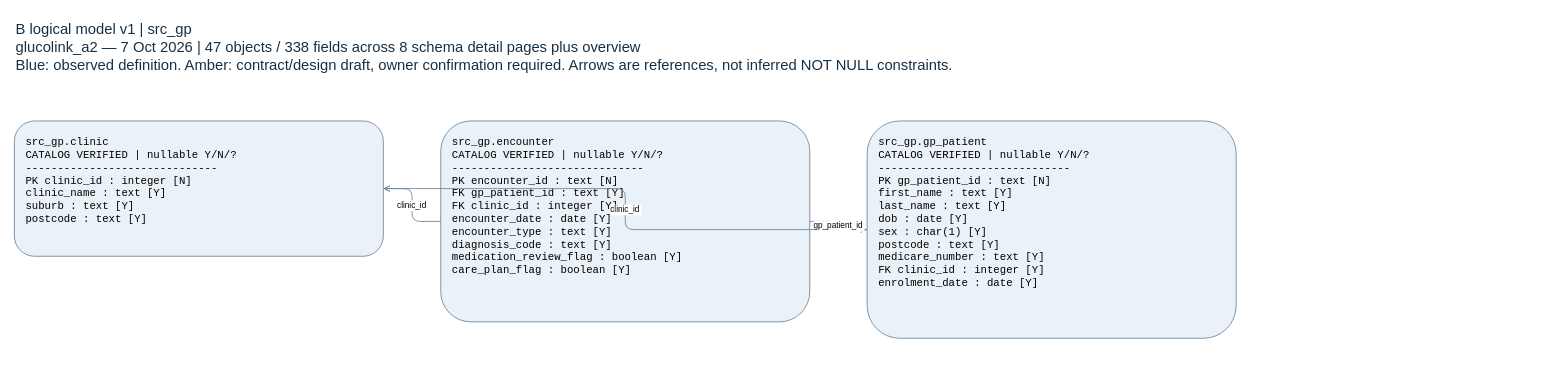
Above: page "src_gp" (2 of 9) of docs/logical_model_v1.drawio in LyphardRover/glucolink-a2 (draw.io), before the change. Source tidied: cells renumbered, new cells numbered last; positions are measured from the earlier drawing's top-left corner, leaving out a move shared by most shapes. Both pictures are drawn from the tidied source at 82%, with x=0, y=0 at pixel (14, 14).
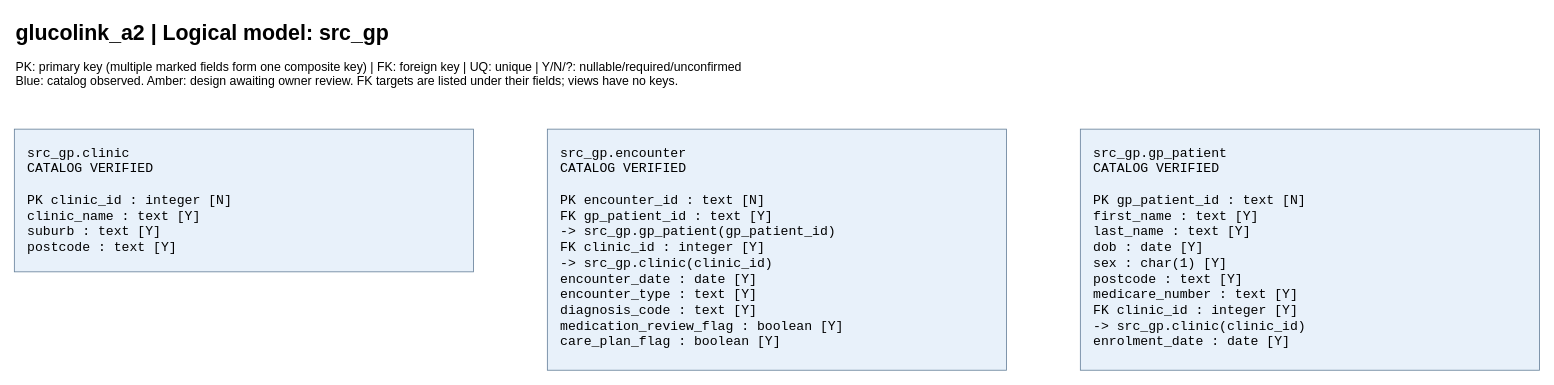
The same page after the edit.

Commit message (it also covers changes not shown here):
docs(B): make detailed fields and FK targets readable

The edit, as a diff of the source:
```diff
@@
 <mxGraphModel>
   <root>
     <mxCell id="0" />
     <mxCell id="1" parent="0" />
-    <mxCell id="2" value="B logical model v1 | src_gp&#10;glucolink_a2 — 7 Oct 2026 | 47 objects / 338 fields across 8 schema detail pages plus overview&#10;Blue: observed definition. Amber: contract/design draft, owner confirmation required. Arrows are references, not inferred NOT NULL constraints." style="text;html=0;align=left;verticalAlign=top;fontSize=18;fontColor=#183044;" parent="1" vertex="1">
-      <mxGeometry width="1580" height="120" as="geometry" />
+    <mxCell id="2" value="glucolink_a2 | Logical model: src_gp" style="text;html=0;fontFamily=Helvetica;fontSize=26;fontStyle=1;align=left;verticalAlign=top;" parent="1" vertex="1">
+      <mxGeometry width="1840" height="40" as="geometry" />
     </mxCell>
+    <mxCell id="9" value="PK: primary key (multiple marked fields form one composite key) | FK: foreign key | UQ: unique | Y/N/?: nullable/required/unconfirmed&#10;Blue: catalog observed. Amber: design awaiting owner review. FK targets are listed under their fields; views have no keys." style="text;html=0;fontFamily=Helvetica;fontSize=15;align=left;verticalAlign=top;" parent="1" vertex="1">
+      <mxGeometry y="48" width="1840" height="65" as="geometry" />
+    </mxCell>
-    <mxCell id="3" value="src_gp.clinic&#10;CATALOG VERIFIED | nullable Y/N/?&#10;------------------------------&#10;PK clinic_id : integer [N]&#10;   clinic_name : text [Y]&#10;   suburb : text [Y]&#10;   postcode : text [Y]" style="rounded=1;whiteSpace=wrap;html=0;align=left;verticalAlign=top;spacing=14;fontFamily=Courier New;fontSize=13;fillColor=#eaf2f8;strokeColor=#66809a;" parent="1" vertex="1">
-      <mxGeometry y="130" width="450" height="165" as="geometry" />
+    <mxCell id="3" value="src_gp.clinic&#10;CATALOG VERIFIED&#10;&#10;PK clinic_id : integer [N]&#10;   clinic_name : text [Y]&#10;   suburb : text [Y]&#10;   postcode : text [Y]" style="rounded=0;whiteSpace=wrap;html=0;align=left;verticalAlign=top;spacing=16;fontFamily=Courier New;fontSize=16;fillColor=#e8f1fa;strokeColor=#66809a;" parent="1" vertex="1">
+      <mxGeometry y="140" width="560" height="174" as="geometry" />
     </mxCell>
-    <mxCell id="4" value="src_gp.encounter&#10;CATALOG VERIFIED | nullable Y/N/?&#10;------------------------------&#10;PK encounter_id : text [N]&#10;FK gp_patient_id : text [Y]&#10;FK clinic_id : integer [Y]&#10;   encounter_date : date [Y]&#10;   encounter_type : text [Y]&#10;   diagnosis_code : text [Y]&#10;   medication_review_flag : boolean [Y]&#10;   care_plan_flag : boolean [Y]" style="rounded=1;whiteSpace=wrap;html=0;align=left;verticalAlign=top;spacing=14;fontFamily=Courier New;fontSize=13;fillColor=#eaf2f8;strokeColor=#66809a;" parent="1" vertex="1">
-      <mxGeometry x="520" y="130" width="450" height="245" as="geometry" />
+    <mxCell id="4" value="src_gp.encounter&#10;CATALOG VERIFIED&#10;&#10;PK encounter_id : text [N]&#10;FK gp_patient_id : text [Y]&#10;   -&gt; src_gp.gp_patient(gp_patient_id)&#10;FK clinic_id : integer [Y]&#10;   -&gt; src_gp.clinic(clinic_id)&#10;   encounter_date : date [Y]&#10;   encounter_type : text [Y]&#10;   diagnosis_code : text [Y]&#10;   medication_review_flag : boolean [Y]&#10;   care_plan_flag : boolean [Y]" style="rounded=0;whiteSpace=wrap;html=0;align=left;verticalAlign=top;spacing=16;fontFamily=Courier New;fontSize=16;fillColor=#e8f1fa;strokeColor=#66809a;" parent="1" vertex="1">
+      <mxGeometry x="650" y="140" width="560" height="294" as="geometry" />
     </mxCell>
-    <mxCell id="5" value="src_gp.gp_patient&#10;CATALOG VERIFIED | nullable Y/N/?&#10;------------------------------&#10;PK gp_patient_id : text [N]&#10;   first_name : text [Y]&#10;   last_name : text [Y]&#10;   dob : date [Y]&#10;   sex : char(1) [Y]&#10;   postcode : text [Y]&#10;   medicare_number : text [Y]&#10;FK clinic_id : integer [Y]&#10;   enrolment_date : date [Y]" style="rounded=1;whiteSpace=wrap;html=0;align=left;verticalAlign=top;spacing=14;fontFamily=Courier New;fontSize=13;fillColor=#eaf2f8;strokeColor=#66809a;" parent="1" vertex="1">
-      <mxGeometry x="1040" y="130" width="450" height="265" as="geometry" />
+    <mxCell id="5" value="src_gp.gp_patient&#10;CATALOG VERIFIED&#10;&#10;PK gp_patient_id : text [N]&#10;   first_name : text [Y]&#10;   last_name : text [Y]&#10;   dob : date [Y]&#10;   sex : char(1) [Y]&#10;   postcode : text [Y]&#10;   medicare_number : text [Y]&#10;FK clinic_id : integer [Y]&#10;   -&gt; src_gp.clinic(clinic_id)&#10;   enrolment_date : date [Y]" style="rounded=0;whiteSpace=wrap;html=0;align=left;verticalAlign=top;spacing=16;fontFamily=Courier New;fontSize=16;fillColor=#e8f1fa;strokeColor=#66809a;" parent="1" vertex="1">
+      <mxGeometry x="1300" y="140" width="560" height="294" as="geometry" />
     </mxCell>
-    <mxCell id="6" value="clinic_id" style="edgeStyle=orthogonalEdgeStyle;endArrow=open;strokeColor=#66809a;fontSize=10;labelBackgroundColor=#ffffff;" parent="1" edge="1" source="5" target="3">
-      <mxGeometry relative="1" as="geometry" />
-    </mxCell>
-    <mxCell id="7" value="gp_patient_id" style="edgeStyle=orthogonalEdgeStyle;endArrow=open;strokeColor=#66809a;fontSize=10;labelBackgroundColor=#ffffff;" parent="1" edge="1" source="4" target="5">
-      <mxGeometry relative="1" as="geometry" />
-    </mxCell>
-    <mxCell id="8" value="clinic_id" style="edgeStyle=orthogonalEdgeStyle;endArrow=open;strokeColor=#66809a;fontSize=10;labelBackgroundColor=#ffffff;" parent="1" edge="1" source="4" target="3">
-      <mxGeometry relative="1" as="geometry" />
-    </mxCell>
   </root>
 </mxGraphModel>
```
